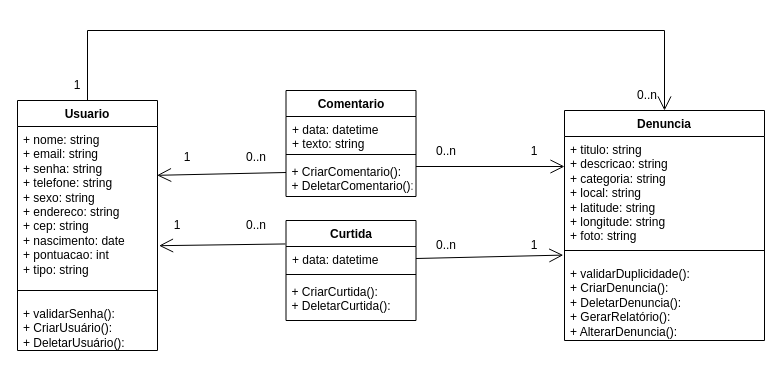
Before: Documentação/Diagramas/Diagrama de Classes.drawio in frsouzaa/Documentacao-TCC-NossaVia, a draw.io diagram. Source tidied: cells renumbered, new cells numbered last; positions are measured from the earlier drawing's top-left corner, leaving out a move shared by most shapes. Both pictures are drawn from the tidied source at 100%, with x=0, y=0 at pixel (17, 30).
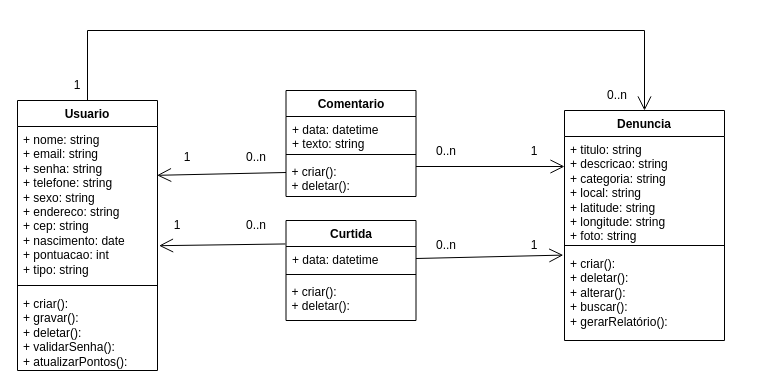
After the change.

Commit message:
adicionando metodos novos

The change refers to these unchanged cells:
```xml
<mxCell id="10" value="Comentario" style="swimlane;fontStyle=1;align=center;verticalAlign=top;horizontal=1;startSize=26;whiteSpace=wrap;html=1;" parent="1" vertex="1">
  <mxGeometry x="268.5" y="60" width="130" height="106" as="geometry" />
</mxCell>
<mxCell id="16" value="Curtida" style="swimlane;fontStyle=1;align=center;verticalAlign=top;horizontal=1;startSize=26;whiteSpace=wrap;html=1;" parent="1" vertex="1">
  <mxGeometry x="268.5" y="190" width="130" height="100" as="geometry" />
</mxCell>
```

Change to the diagram source:
```diff
@@
     <mxCell id="2" value="Usuario" style="swimlane;fontStyle=1;align=center;verticalAlign=top;horizontal=1;startSize=26;whiteSpace=wrap;html=1;" parent="1" vertex="1">
-      <mxGeometry y="70" width="140" height="250" as="geometry" />
+      <mxGeometry y="70" width="140" height="270" as="geometry" />
     </mxCell>
@@
     <mxCell id="4" style="line;strokeWidth=1;fillColor=none;align=left;verticalAlign=middle;spacingTop=-1;spacingLeft=3;spacingRight=3;labelPosition=right;strokeColor=inherit;" parent="2" vertex="1">
-      <mxGeometry y="180" width="140" height="20" as="geometry" />
+      <mxGeometry y="180" width="140" height="10" as="geometry" />
     </mxCell>
-    <mxCell id="5" value="&lt;div&gt;&lt;div&gt;+ validarSenha():&lt;/div&gt;&lt;/div&gt;&lt;div&gt;&lt;span style=&quot;background-color: initial;&quot;&gt;+ CriarUsuário():&amp;nbsp;&lt;/span&gt;&lt;br&gt;&lt;/div&gt;&lt;div&gt;+ DeletarUsuário():&amp;nbsp;&lt;span style=&quot;background-color: initial;&quot;&gt;&lt;br&gt;&lt;/span&gt;&lt;/div&gt;" style="text;strokeColor=none;fillColor=none;align=left;verticalAlign=top;spacingLeft=4;spacingRight=4;overflow=hidden;whiteSpace=wrap;html=1;" parent="2" vertex="1">
-      <mxGeometry y="200" width="140" height="50" as="geometry" />
+    <mxCell id="5" value="&lt;div&gt;&lt;span style=&quot;background-color: initial;&quot;&gt;+ criar():&amp;nbsp;&lt;/span&gt;&lt;br&gt;&lt;/div&gt;&lt;div&gt;&lt;span style=&quot;background-color: initial;&quot;&gt;+ gravar():&lt;/span&gt;&lt;/div&gt;&lt;div&gt;+ deletar():&amp;nbsp;&lt;span style=&quot;background-color: initial;&quot;&gt;&lt;br&gt;&lt;/span&gt;&lt;/div&gt;&lt;div&gt;+ validarSenha():&lt;br&gt;&lt;/div&gt;&lt;div&gt;+ atualizarPontos():&lt;/div&gt;" style="text;strokeColor=none;fillColor=none;align=left;verticalAlign=top;spacingLeft=4;spacingRight=4;overflow=hidden;whiteSpace=wrap;html=1;" parent="2" vertex="1">
+      <mxGeometry y="190" width="140" height="80" as="geometry" />
     </mxCell>
     <mxCell id="6" value="Denuncia" style="swimlane;fontStyle=1;align=center;verticalAlign=top;horizontal=1;startSize=26;whiteSpace=wrap;html=1;" parent="1" vertex="1">
-      <mxGeometry x="547" y="80" width="200" height="230" as="geometry" />
+      <mxGeometry x="547" y="80" width="160" height="230" as="geometry" />
     </mxCell>
     <mxCell id="7" value="+ titulo: string&lt;div&gt;+ descricao: string&lt;/div&gt;&lt;div&gt;+ categoria: string&lt;/div&gt;&lt;div&gt;+ local: string&lt;br&gt;+ latitude: string&lt;/div&gt;&lt;div&gt;+ longitude: string&lt;/div&gt;&lt;div&gt;+ foto: string&lt;/div&gt;&lt;div&gt;&lt;br&gt;&lt;div&gt;&lt;br&gt;&lt;div&gt;&lt;br&gt;&lt;/div&gt;&lt;/div&gt;&lt;/div&gt;" style="text;strokeColor=none;fillColor=none;align=left;verticalAlign=top;spacingLeft=4;spacingRight=4;overflow=hidden;whiteSpace=wrap;html=1;" parent="6" vertex="1">
-      <mxGeometry y="26" width="200" height="104" as="geometry" />
+      <mxGeometry y="26" width="160" height="104" as="geometry" />
     </mxCell>
     <mxCell id="8" style="line;strokeWidth=1;fillColor=none;align=left;verticalAlign=middle;spacingTop=-1;spacingLeft=3;spacingRight=3;labelPosition=right;strokeColor=inherit;" parent="6" vertex="1">
-      <mxGeometry y="130" width="200" height="20" as="geometry" />
+      <mxGeometry y="130" width="160" height="10" as="geometry" />
     </mxCell>
-    <mxCell id="9" value="+ validarDuplicidade():&lt;div&gt;&lt;span style=&quot;background-color: initial;&quot;&gt;+ CriarDenuncia():&amp;nbsp;&lt;/span&gt;&lt;br&gt;&lt;/div&gt;&lt;div&gt;&lt;span style=&quot;background-color: initial;&quot;&gt;+ DeletarDenuncia():&amp;nbsp;&lt;/span&gt;&lt;br&gt;&lt;/div&gt;&lt;div&gt;+ GerarRelatório():&amp;nbsp;&lt;span style=&quot;background-color: initial;&quot;&gt;&lt;br&gt;&lt;/span&gt;&lt;/div&gt;&lt;div&gt;+ AlterarDenuncia():&amp;nbsp;&lt;br&gt;&lt;/div&gt;" style="text;strokeColor=none;fillColor=none;align=left;verticalAlign=top;spacingLeft=4;spacingRight=4;overflow=hidden;whiteSpace=wrap;html=1;" parent="6" vertex="1">
-      <mxGeometry y="150" width="200" height="80" as="geometry" />
+    <mxCell id="9" value="+ criar():&amp;nbsp;&lt;br style=&quot;padding: 0px; margin: 0px;&quot;&gt;&lt;span style=&quot;&quot;&gt;+ deletar():&amp;nbsp;&lt;/span&gt;&lt;br style=&quot;padding: 0px; margin: 0px;&quot;&gt;+ alterar():&lt;br&gt;+ buscar():&lt;span style=&quot;&quot;&gt;&amp;nbsp;&lt;/span&gt;&lt;br style=&quot;padding: 0px; margin: 0px;&quot;&gt;&lt;span style=&quot;&quot;&gt;+ gerarRelatório():&lt;/span&gt;&lt;span style=&quot;&quot;&gt;&amp;nbsp;&lt;/span&gt;" style="text;strokeColor=none;fillColor=none;align=left;verticalAlign=top;spacingLeft=4;spacingRight=4;overflow=hidden;whiteSpace=wrap;html=1;" parent="6" vertex="1">
+      <mxGeometry y="140" width="160" height="90" as="geometry" />
     </mxCell>
@@
-    <mxCell id="13" value="+ CriarComentario():&#10;+ DeletarComentario(): " style="text;align=left;verticalAlign=top;spacingLeft=4;spacingRight=4;overflow=hidden;" parent="10" vertex="1">
+    <mxCell id="13" value="+ criar():&#10;+ deletar(): " style="text;align=left;verticalAlign=top;spacingLeft=4;spacingRight=4;overflow=hidden;" parent="10" vertex="1">
       <mxGeometry y="68" width="130" height="38" as="geometry" />
     </mxCell>
@@
-    <mxCell id="19" value="+ CriarCurtida():&#10;+ DeletarCurtida(): " style="text;align=left;verticalAlign=top;spacingLeft=4;spacingRight=4;overflow=hidden;" parent="16" vertex="1">
+    <mxCell id="19" value="+ criar():&#10;+ deletar(): " style="text;align=left;verticalAlign=top;spacingLeft=4;spacingRight=4;overflow=hidden;" parent="16" vertex="1">
       <mxGeometry y="58" width="130" height="42" as="geometry" />
     </mxCell>
@@
     <mxCell id="26" value="0..n" style="text;html=1;align=center;verticalAlign=middle;whiteSpace=wrap;rounded=0;" parent="1" vertex="1">
-      <mxGeometry x="600" y="50" width="60" height="30" as="geometry" />
+      <mxGeometry x="570" y="50" width="60" height="30" as="geometry" />
     </mxCell>
@@
     <mxCell id="32" style="endArrow=open;endFill=1;endSize=12;html=1;rounded=0;entryX=0.5;entryY=0;entryDx=0;entryDy=0;exitX=0.5;exitY=0;exitDx=0;exitDy=0;" parent="1" edge="1" source="2" target="6">
       <mxGeometry relative="1" as="geometry">
         <Array as="points">
           <mxPoint x="70" />
-          <mxPoint x="647" />
+          <mxPoint x="627" />
         </Array>
       </mxGeometry>
     </mxCell>
```
